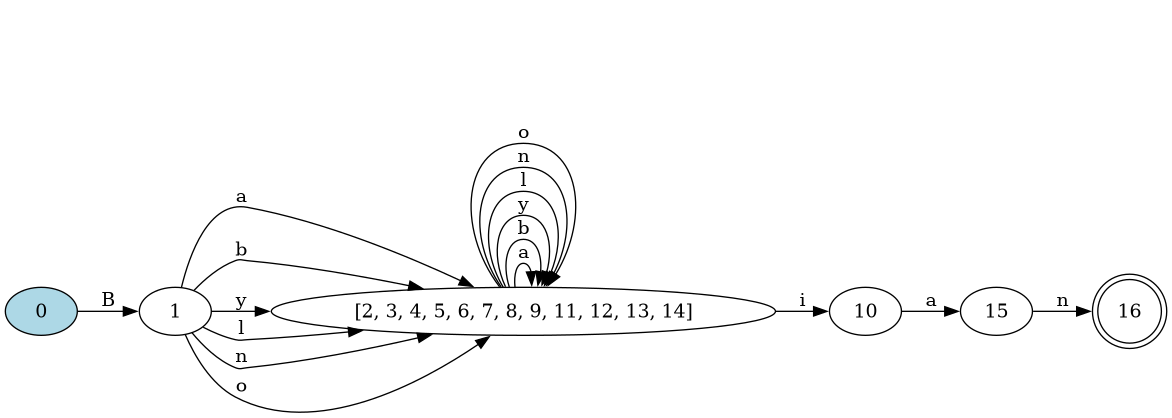
The Graphviz diagram Min-DFA.png in Daniel-Sima/Clone-of-the-egrep-UNIX-command, before a commit. Its source is kept beside it as Min-DFA.dot.
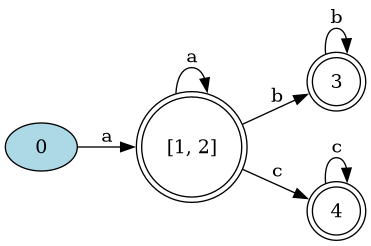
After the change.

The edit, as a diff of the source:
```diff
@@ -1,23 +1,15 @@
 digraph {
 	rankdir=LR;
 
-	"16" [shape=doublecircle]
+	"[1, 2]" [shape=doublecircle]
+	"3" [shape=doublecircle]
+	"4" [shape=doublecircle]
 	0 [style=filled, fillcolor="lightblue"]
 
-	0->1 [label= "B"];
-	15->16 [label= "n"];
-	10->15 [label= "a"];
-	"[2, 3, 4, 5, 6, 7, 8, 9, 11, 12, 13, 14]"->"[2, 3, 4, 5, 6, 7, 8, 9, 11, 12, 13, 14]" [label= "a"];
-	"[2, 3, 4, 5, 6, 7, 8, 9, 11, 12, 13, 14]"->"[2, 3, 4, 5, 6, 7, 8, 9, 11, 12, 13, 14]" [label= "b"];
-	"[2, 3, 4, 5, 6, 7, 8, 9, 11, 12, 13, 14]"->10 [label= "i"];
-	"[2, 3, 4, 5, 6, 7, 8, 9, 11, 12, 13, 14]"->"[2, 3, 4, 5, 6, 7, 8, 9, 11, 12, 13, 14]" [label= "y"];
-	"[2, 3, 4, 5, 6, 7, 8, 9, 11, 12, 13, 14]"->"[2, 3, 4, 5, 6, 7, 8, 9, 11, 12, 13, 14]" [label= "l"];
-	"[2, 3, 4, 5, 6, 7, 8, 9, 11, 12, 13, 14]"->"[2, 3, 4, 5, 6, 7, 8, 9, 11, 12, 13, 14]" [label= "n"];
-	"[2, 3, 4, 5, 6, 7, 8, 9, 11, 12, 13, 14]"->"[2, 3, 4, 5, 6, 7, 8, 9, 11, 12, 13, 14]" [label= "o"];
-	1->"[2, 3, 4, 5, 6, 7, 8, 9, 11, 12, 13, 14]" [label= "a"];
-	1->"[2, 3, 4, 5, 6, 7, 8, 9, 11, 12, 13, 14]" [label= "b"];
-	1->"[2, 3, 4, 5, 6, 7, 8, 9, 11, 12, 13, 14]" [label= "y"];
-	1->"[2, 3, 4, 5, 6, 7, 8, 9, 11, 12, 13, 14]" [label= "l"];
-	1->"[2, 3, 4, 5, 6, 7, 8, 9, 11, 12, 13, 14]" [label= "n"];
-	1->"[2, 3, 4, 5, 6, 7, 8, 9, 11, 12, 13, 14]" [label= "o"];
+	0->"[1, 2]" [label= "a"];
+	3->3 [label= "b"];
+	4->4 [label= "c"];
+	"[1, 2]"->"[1, 2]" [label= "a"];
+	"[1, 2]"->3 [label= "b"];
+	"[1, 2]"->4 [label= "c"];
 }
```
